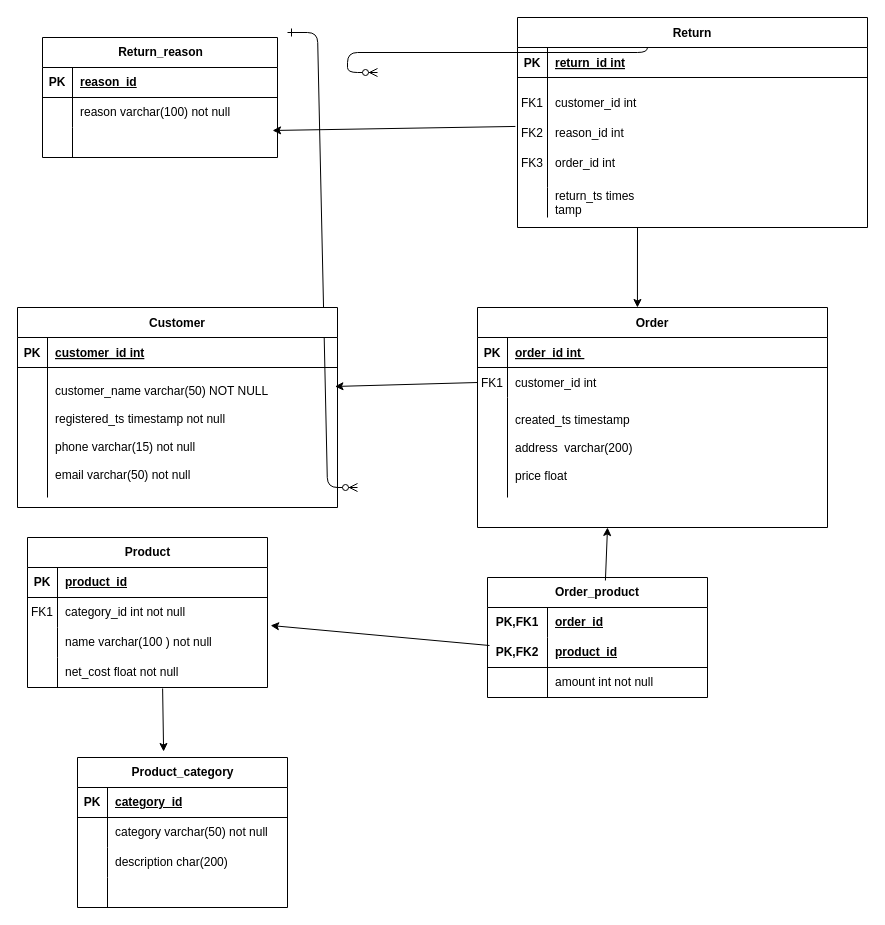
Before: components/Core data - physical.drawio in vgnevyshev/dwh, a draw.io diagram. Source tidied: cells renumbered, new cells numbered last; positions are measured from the earlier drawing's top-left corner, leaving out a move shared by most shapes. Both pictures are drawn from the tidied source at 100%, with x=0, y=0 at pixel (17, 17).
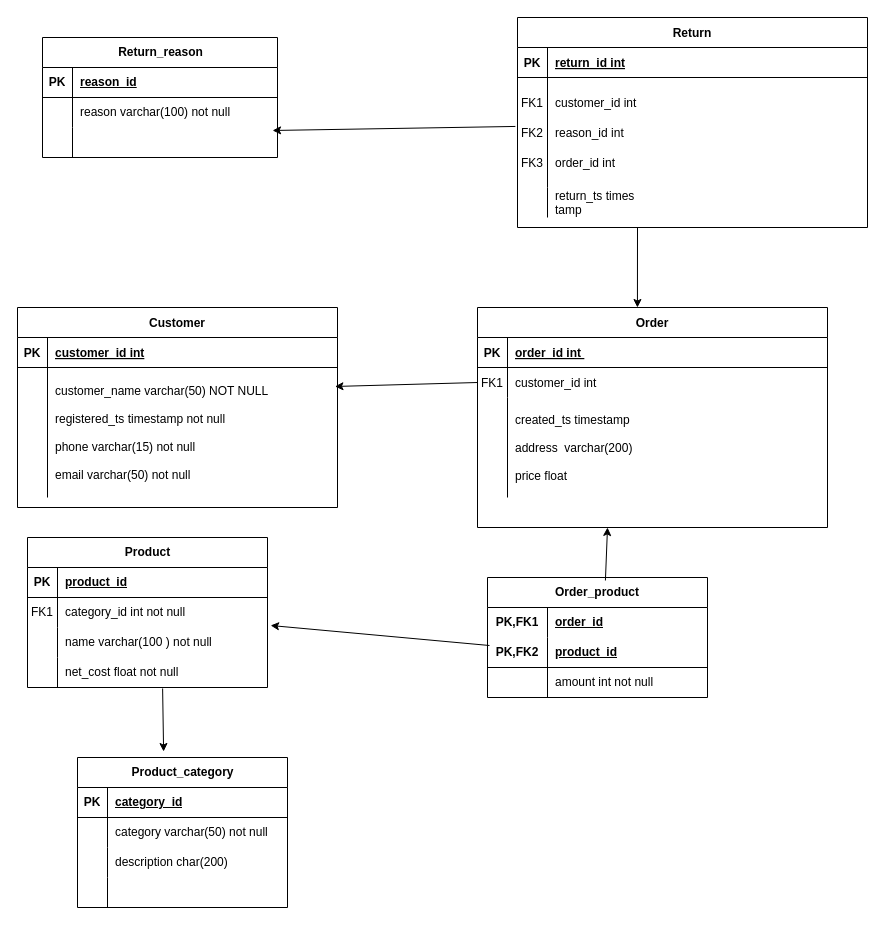
The same page after the edit.

Change to the diagram source:
```diff
@@
-    <mxCell id="2" style="edgeStyle=entityRelationEdgeStyle;endArrow=ERzeroToMany;startArrow=ERone;endFill=1;startFill=0;" parent="1" edge="1">
-      <mxGeometry relative="1" as="geometry">
-        <mxPoint x="270" y="15" as="sourcePoint" />
-        <mxPoint x="340" y="470" as="targetPoint" />
-      </mxGeometry>
-    </mxCell>
-    <mxCell id="3" style="edgeStyle=entityRelationEdgeStyle;endArrow=ERzeroToMany;startArrow=ERone;endFill=1;startFill=0;" parent="1" edge="1">
-      <mxGeometry relative="1" as="geometry">
-        <mxPoint x="600" y="15" as="sourcePoint" />
-        <mxPoint x="360" y="55" as="targetPoint" />
-      </mxGeometry>
-    </mxCell>
```
